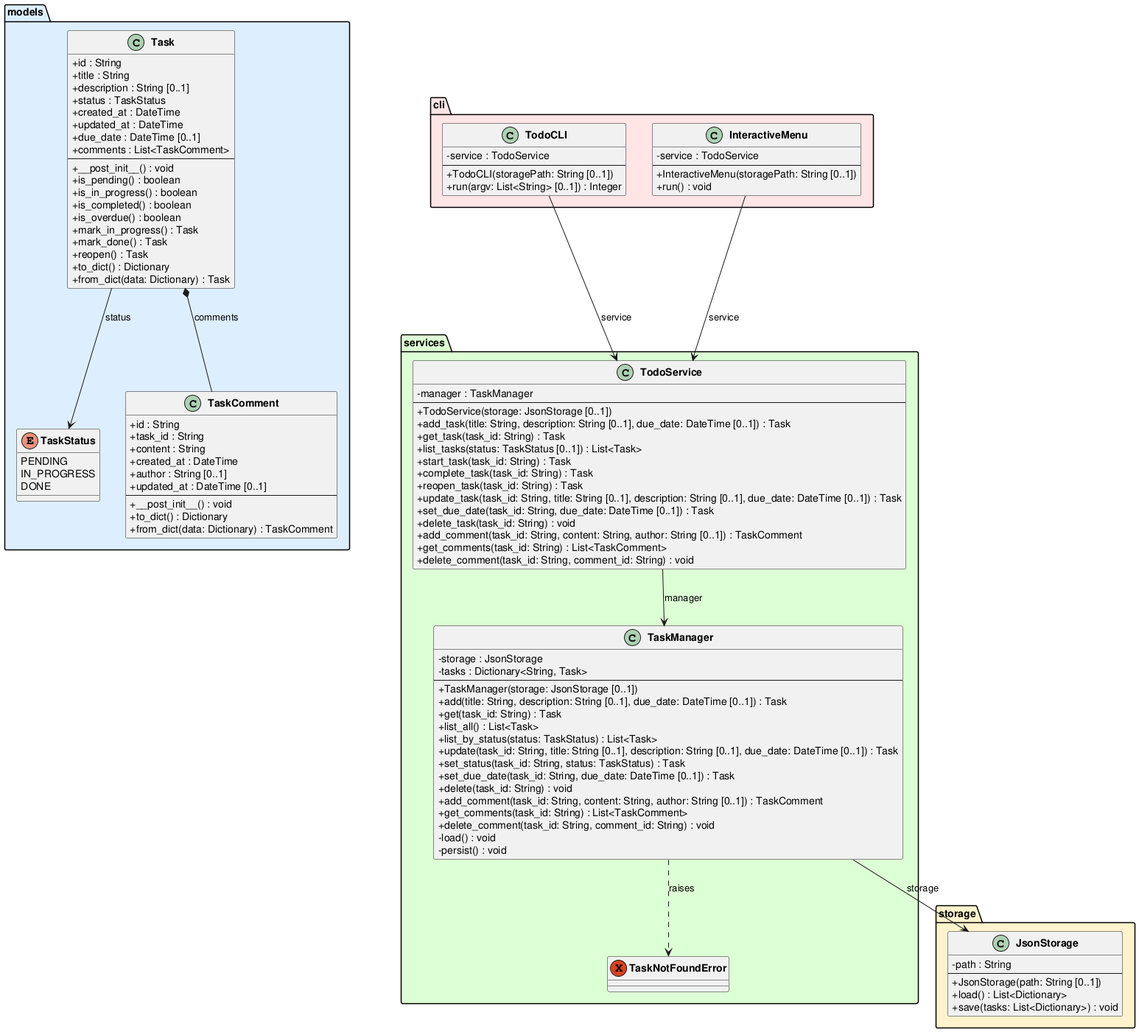
Earlier version of the PlantUML export experiments/pipeline/user_stories/TODO/artifacts/class_diagram.png (DanielRiha8906/Software_autoevolution_using_agents).
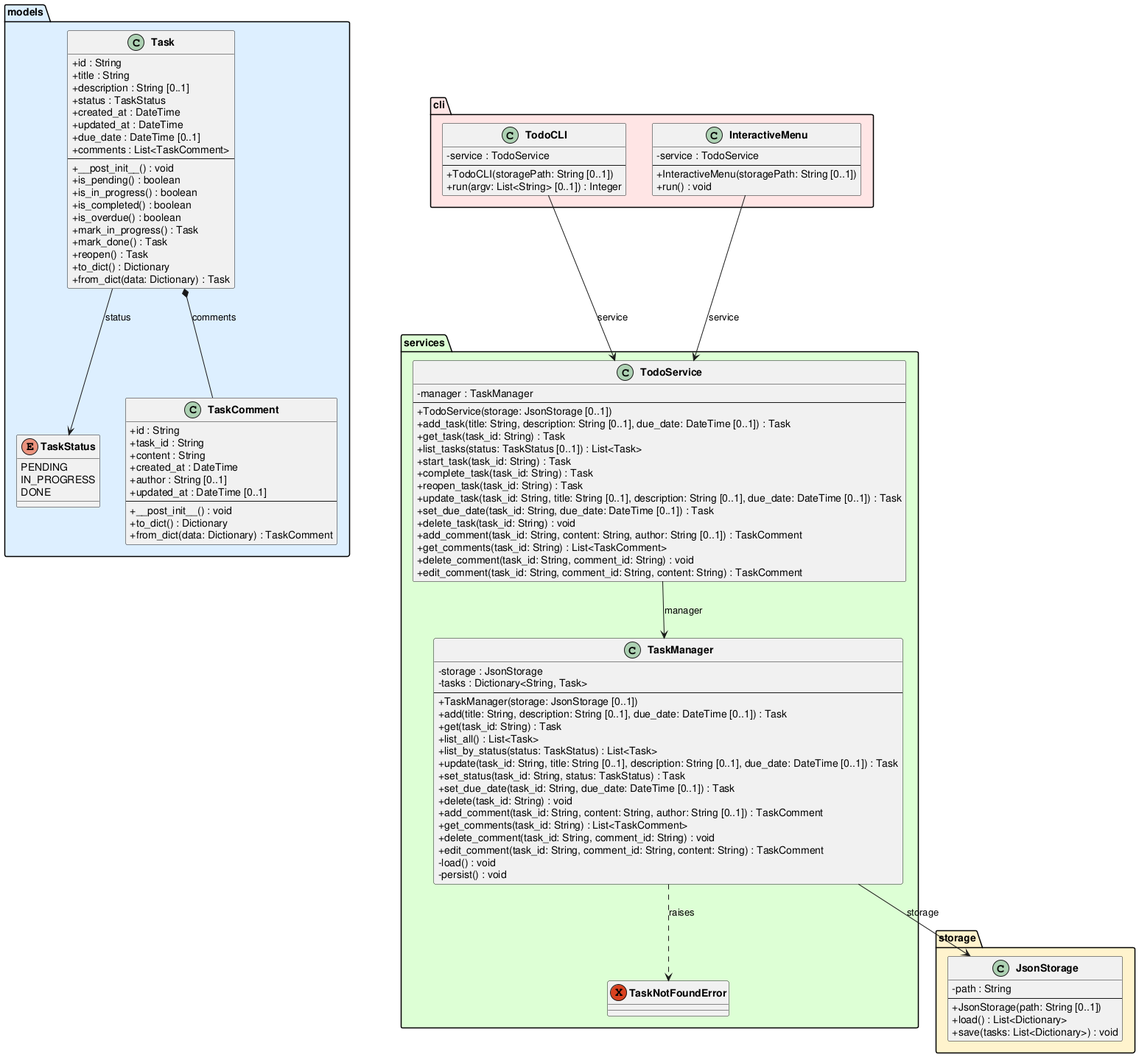
The same diagram one commit later.

Diff of the diagram source:
```diff
@@ -75,6 +75,7 @@
         +add_comment(task_id: String, content: String, author: String [0..1]) : TaskComment
         +get_comments(task_id: String) : List<TaskComment>
         +delete_comment(task_id: String, comment_id: String) : void
+        +edit_comment(task_id: String, comment_id: String, content: String) : TaskComment
         -load() : void
         -persist() : void
     }
@@ -95,6 +96,7 @@
         +add_comment(task_id: String, content: String, author: String [0..1]) : TaskComment
         +get_comments(task_id: String) : List<TaskComment>
         +delete_comment(task_id: String, comment_id: String) : void
+        +edit_comment(task_id: String, comment_id: String, content: String) : TaskComment
     }
 }
 
```
